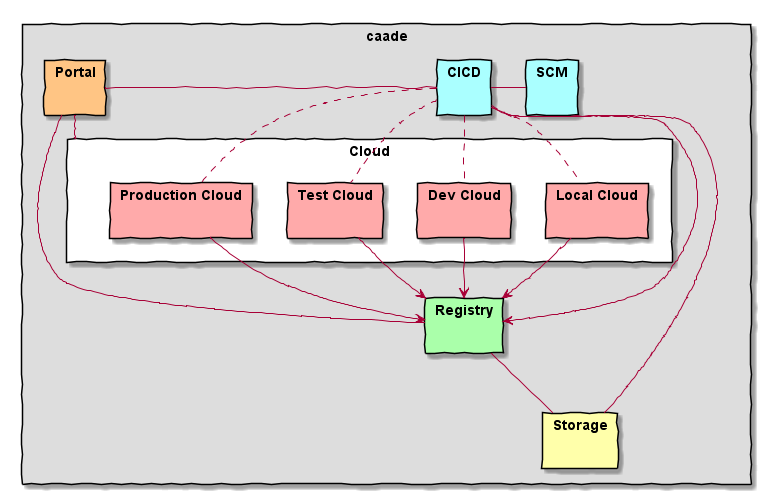
The PlantUML diagram docs/Solution/Logical.png in CAADE/CAADE, before a commit.
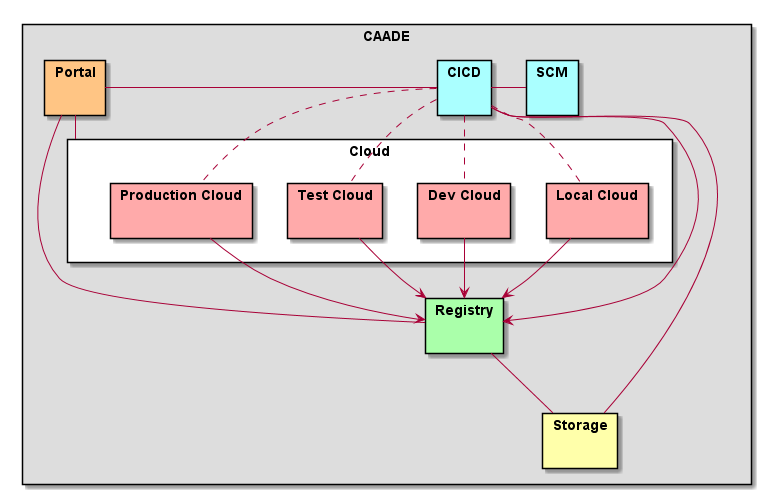
Above is the later version.

Change to the diagram source:
```diff
@@ -1,9 +1,8 @@
 @startuml
 
 skinparam packageStyle rect
-skinparam handwritten true
 
-package caade #dddddd {
+package CAADE #dddddd {
     package Portal #FFc584 { }
     package "CICD" #aaffff { }
     package "Storage" #ffffaa { }
```
